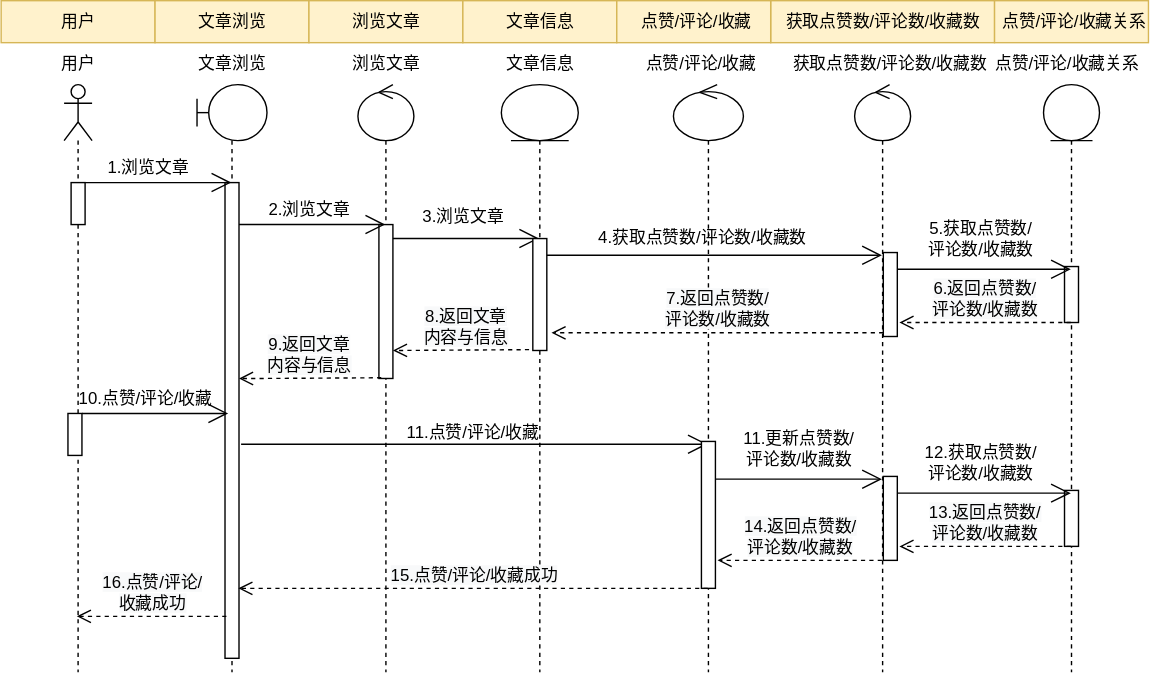
This is 文章浏览序列图.drawio.svg from WuShangMo/SquidGame1, a draw.io export, as it was before one commit. Source tidied: cells renumbered, new cells last; positions are measured from the earlier drawing's top-left corner, leaving out a move shared by most shapes.
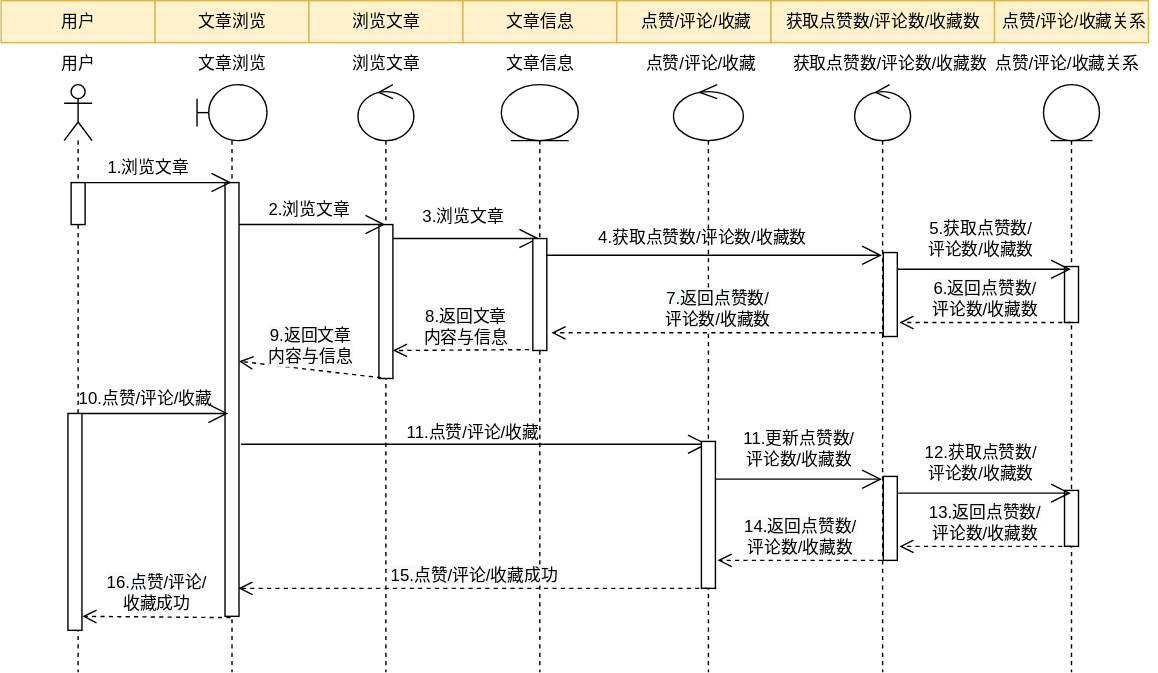
Later version of the same file.

Commit message:
更新文章浏览序列图.drawio.svg

Change to the diagram source:
```diff
@@ -27,7 +27,7 @@
       <mxGeometry x="140" y="60" width="50" height="420" as="geometry" />
     </mxCell>
     <mxCell id="10" style="html=1;points=[];perimeter=orthogonalPerimeter;" parent="9" vertex="1">
-      <mxGeometry x="20" y="70" width="10" height="340" as="geometry" />
+      <mxGeometry x="20" y="70" width="10" height="310" as="geometry" />
     </mxCell>
     <mxCell id="11" style="shape=umlLifeline;participant=umlControl;perimeter=lifelinePerimeter;whiteSpace=wrap;html=1;verticalAlign=top;spacingTop=36;" parent="1" vertex="1">
       <mxGeometry x="255" y="60" width="40" height="420" as="geometry" />
@@ -186,7 +186,7 @@
       </mxGeometry>
     </mxCell>
     <mxCell id="53" style="html=1;perimeter=orthogonalPerimeter;" parent="1" vertex="1">
-      <mxGeometry x="47.8" y="295" width="10" height="30" as="geometry" />
+      <mxGeometry x="47.8" y="295" width="10" height="155" as="geometry" />
     </mxCell>
     <mxCell id="54" style="endArrow=open;endFill=1;endSize=12;html=1;rounded=0;" parent="1" edge="1">
       <mxGeometry relative="1" as="geometry">
@@ -205,9 +205,9 @@
         <mxPoint x="169.5" y="420" as="targetPoint" />
       </mxGeometry>
     </mxCell>
-    <mxCell id="58" value="&lt;span style=&quot;font-size: 12px; background-color: rgb(248, 249, 250);&quot;&gt;16.点赞/评论/&lt;br&gt;收藏成功&lt;/span&gt;" style="html=1;verticalAlign=bottom;endArrow=open;dashed=1;endSize=8;rounded=0;" parent="1" edge="1" target="36">
+    <mxCell id="58" value="&lt;span style=&quot;font-size: 12px; background-color: rgb(248, 249, 250);&quot;&gt;16.点赞/评论/&lt;br&gt;收藏成功&lt;/span&gt;" style="html=1;verticalAlign=bottom;endArrow=open;dashed=1;endSize=8;rounded=0;exitX=0.395;exitY=1.003;exitDx=0;exitDy=0;exitPerimeter=0;" parent="1" edge="1" source="10">
       <mxGeometry relative="1" as="geometry">
-        <mxPoint x="161" y="440" as="sourcePoint" />
+        <mxPoint x="58.1" y="440" as="targetPoint" />
       </mxGeometry>
     </mxCell>
   </root>
```
